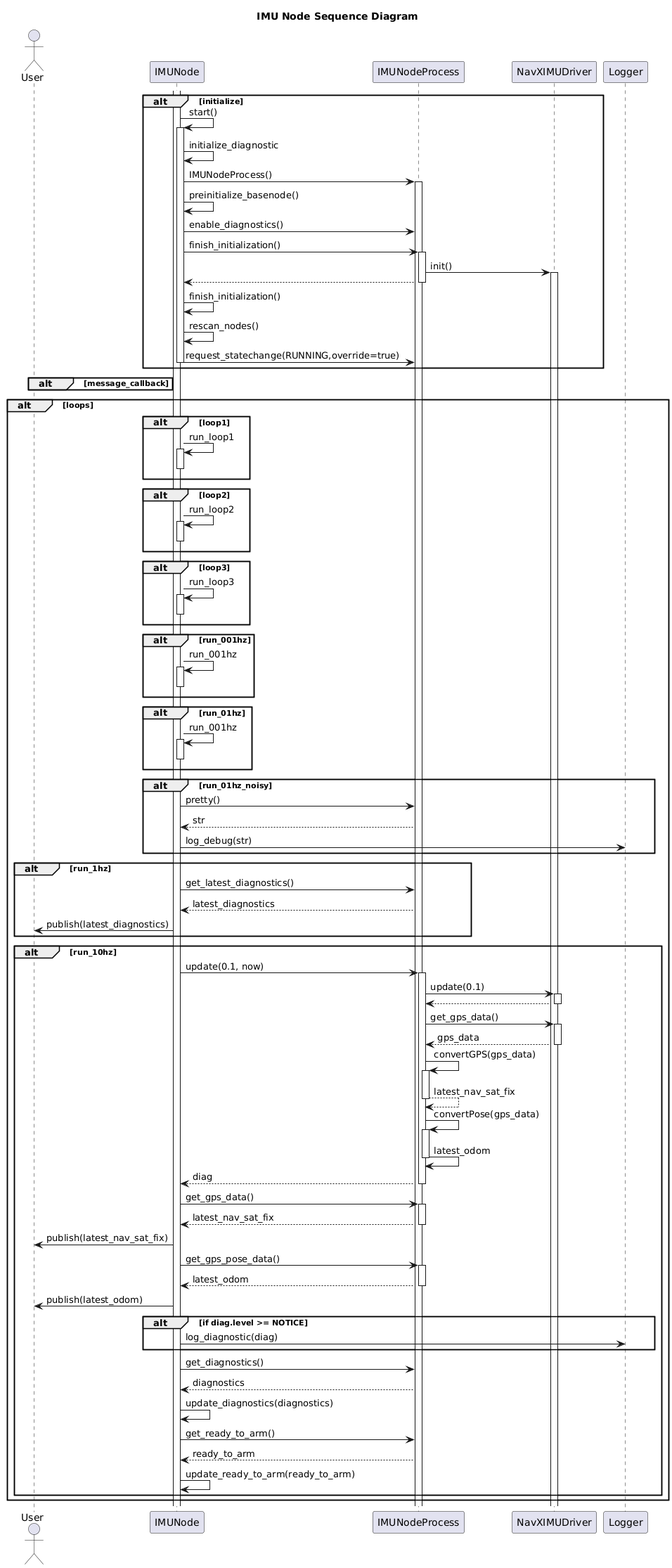
Earlier version of the PlantUML export nodes/IMUNode/doc/output/IMUNodeSequenceDiagram.png (fastrobotics/fast_sensors).
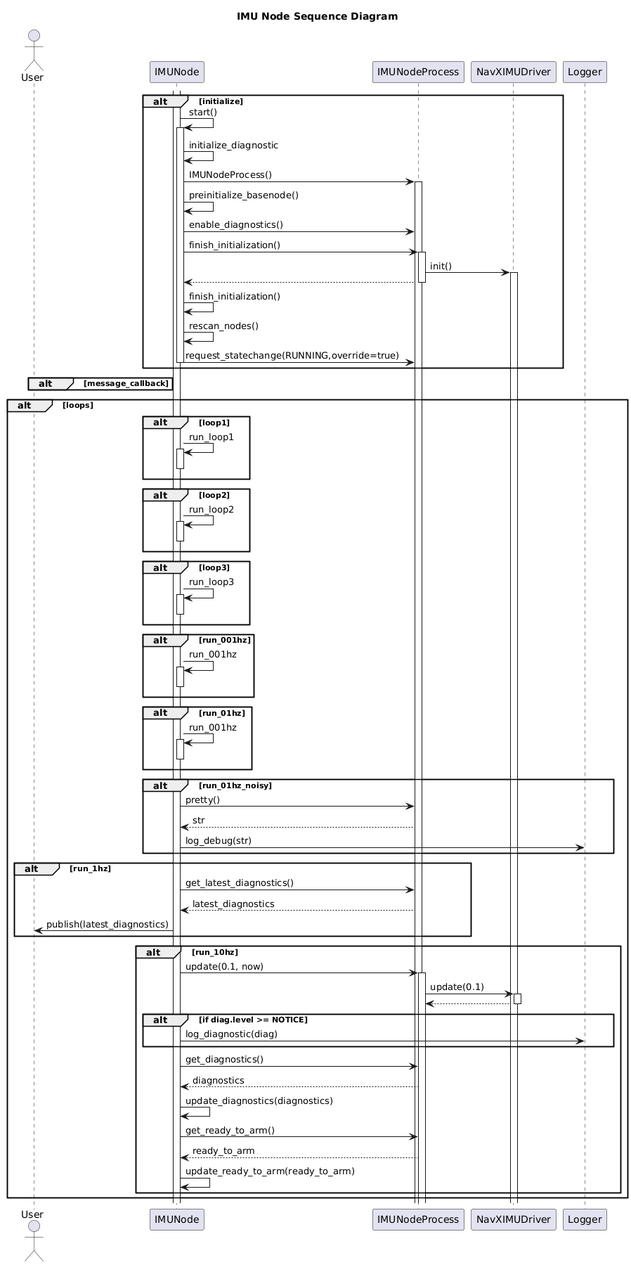
After the change.

Diff of the diagram source:
```diff
@@ -60,19 +60,6 @@
         node -> process++: update(0.1, now)
         process -> driver++: update(0.1)
         driver --> process--
-        process -> driver++: get_gps_data()
-        driver --> process--: gps_data
-        process -> process++: convertGPS(gps_data)
-        process --> process--: latest_nav_sat_fix
-        process -> process++: convertPose(gps_data)
-        process -> process--: latest_odom
-        process --> node--: diag
-        node -> process++: get_gps_data()
-        process --> node--: latest_nav_sat_fix
-        node -> user: publish(latest_nav_sat_fix)
-        node -> process++: get_gps_pose_data()
-        process --> node--: latest_odom
-        node -> user: publish(latest_odom)
 
         alt if diag.level >= NOTICE
             node -> logger: log_diagnostic(diag)
```
